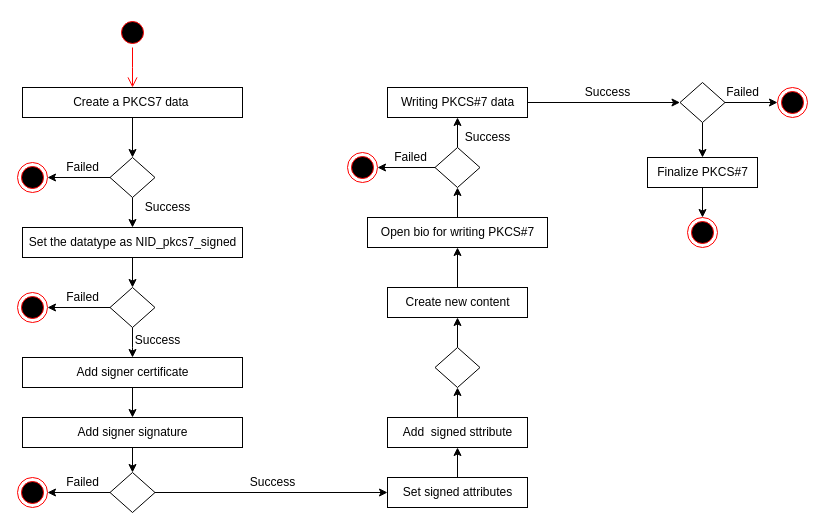
AresZhaoLei/TestProject keeps this draw.io diagram as PKCS-SignedData.drawio. Above is the earlier version. Source tidied: cells renumbered, new cells numbered last; positions are measured from the earlier drawing's top-left corner, leaving out a move shared by most shapes. Both pictures are drawn from the tidied source at 100%, with x=0, y=0 at pixel (17, 17).
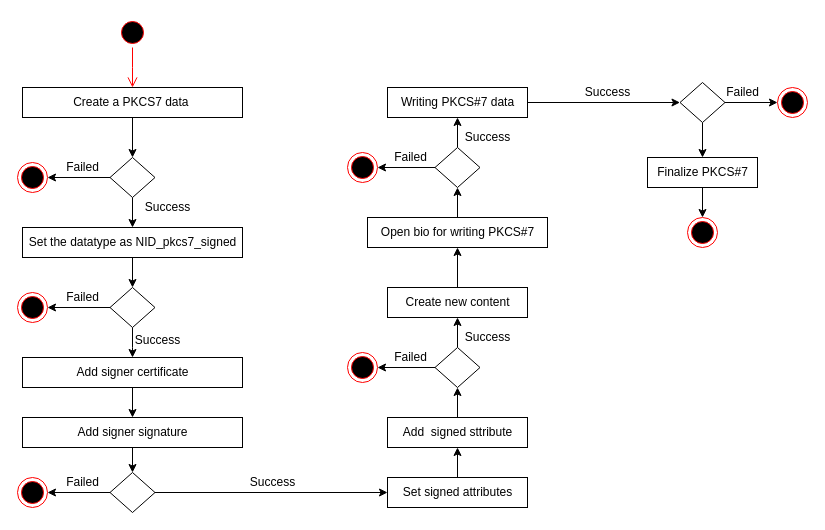
The same page after the edit.

Unchanged cells that the change refers to:
```xml
<mxCell id="32" style="rhombus;whiteSpace=wrap;html=1;" parent="1" vertex="1">
  <mxGeometry x="417.5" y="330" width="45" height="40" as="geometry" />
</mxCell>
```

What changed in the source:
```diff
@@
+    <mxCell id="57" style="edgeStyle=orthogonalEdgeStyle;rounded=0;jettySize=auto;html=1;entryX=1;entryY=0.5;entryDx=0;entryDy=0;" parent="1" edge="1" source="32" target="58">
+      <mxGeometry relative="1" as="geometry" />
+    </mxCell>
@@
+    <mxCell id="58" style="ellipse;html=1;shape=endState;fillColor=#000000;strokeColor=#ff0000;" parent="1" vertex="1">
+      <mxGeometry x="330" y="335" width="30" height="30" as="geometry" />
+    </mxCell>
+    <mxCell id="59" value="Failed" style="text;html=1;align=center;verticalAlign=middle;strokeColor=none;fillColor=none;" parent="1" vertex="1">
+      <mxGeometry x="367.5" y="330" width="50" height="20" as="geometry" />
+    </mxCell>
+    <mxCell id="60" value="Success" style="text;html=1;align=center;verticalAlign=middle;strokeColor=none;fillColor=none;" parent="1" vertex="1">
+      <mxGeometry x="440" y="310" width="60" height="20" as="geometry" />
+    </mxCell>
```
